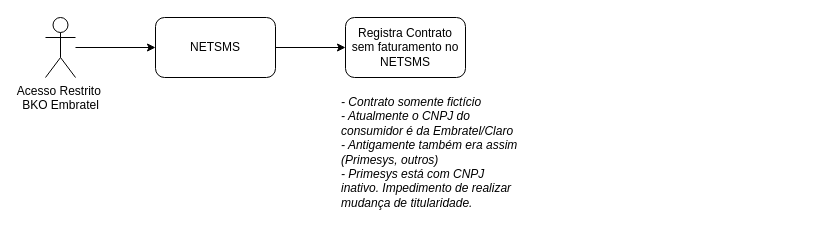
samirali/ClaroBrasil keeps this draw.io diagram as Alteração CNPJ PRIMESYS - BSoD NETSMS.drawio. Above is the earlier version. Source tidied: cells renumbered, new cells numbered last; positions are measured from the earlier drawing's top-left corner, leaving out a move shared by most shapes. Both pictures are drawn from the tidied source at 100%, with x=0, y=0 at pixel (45, 17).
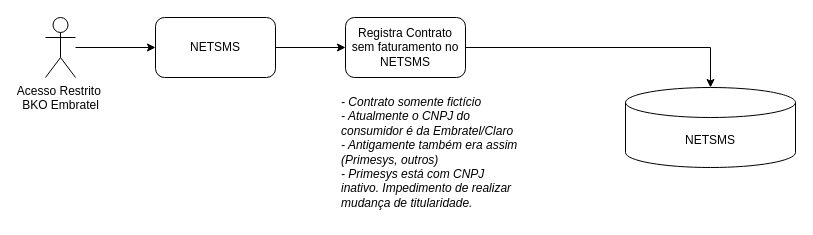
The same page after the edit.

Change to the diagram source:
```diff
@@
 <mxGraphModel>
   <root>
     <mxCell id="0" />
     <mxCell id="1" parent="0" />
     <mxCell id="2" style="edgeStyle=orthogonalEdgeStyle;rounded=0;jettySize=auto;html=1;" parent="1" edge="1" source="3" target="6">
       <mxGeometry relative="1" as="geometry" />
     </mxCell>
     <mxCell id="3" value="NETSMS" style="rounded=1;whiteSpace=wrap;html=1;" parent="1" vertex="1">
       <mxGeometry x="110" width="120" height="60" as="geometry" />
     </mxCell>
     <mxCell id="4" style="edgeStyle=orthogonalEdgeStyle;rounded=0;jettySize=auto;html=1;entryX=0;entryY=0.5;entryDx=0;entryDy=0;" parent="1" edge="1" source="5" target="3">
       <mxGeometry relative="1" as="geometry" />
     </mxCell>
     <mxCell id="5" value="Acesso Restrito&amp;nbsp;&lt;div&gt;BKO Embratel&lt;/div&gt;" style="shape=umlActor;verticalLabelPosition=bottom;verticalAlign=top;html=1;outlineConnect=0;" parent="1" vertex="1">
       <mxGeometry width="30" height="60" as="geometry" />
     </mxCell>
     <mxCell id="6" value="Registra Contrato sem faturamento no NETSMS" style="rounded=1;whiteSpace=wrap;html=1;" parent="1" vertex="1">
       <mxGeometry x="300" width="120" height="60" as="geometry" />
     </mxCell>
     <mxCell id="7" value="- Contrato somente fictício&lt;div&gt;- Atualmente o CNPJ do consumidor é da Embratel/Claro&lt;/div&gt;&lt;div&gt;- Antigamente também era assim (Primesys, outros)&lt;/div&gt;&lt;div&gt;- Primesys está com CNPJ inativo. Impedimento de realizar mudança de titularidade.&lt;/div&gt;" style="text;html=1;align=left;verticalAlign=middle;whiteSpace=wrap;rounded=0;fontStyle=2;" parent="1" vertex="1">
       <mxGeometry x="294" y="70" width="180" height="130" as="geometry" />
     </mxCell>
+    <mxCell id="8" value="NETSMS" style="shape=cylinder3;whiteSpace=wrap;html=1;boundedLbl=1;backgroundOutline=1;size=15;" parent="1" vertex="1">
+      <mxGeometry x="580" y="70" width="170" height="80" as="geometry" />
+    </mxCell>
+    <mxCell id="9" style="edgeStyle=orthogonalEdgeStyle;rounded=0;jettySize=auto;html=1;entryX=0.5;entryY=0;entryDx=0;entryDy=0;entryPerimeter=0;" parent="1" edge="1" source="6" target="8">
+      <mxGeometry relative="1" as="geometry" />
+    </mxCell>
   </root>
 </mxGraphModel>
```
